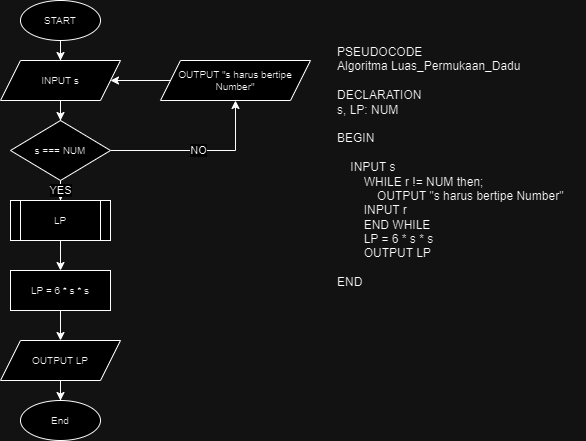
This is 5-Flowchart-Luas Permukaan Dadu.drawio.png from mfdrfauzi/fwg17-computer-science, a draw.io export, as it was before one commit. Source tidied: cells renumbered, new cells last; positions are measured from the earlier drawing's top-left corner, leaving out a move shared by most shapes.
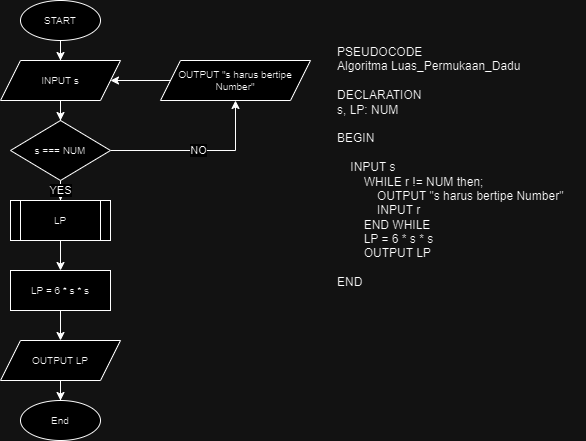
Later version of the same file.

Change to the diagram source:
```diff
@@ -50,7 +50,7 @@
     <mxCell id="17" value="LP" style="shape=process;whiteSpace=wrap;html=1;backgroundOutline=1;fontSize=10;" parent="1" vertex="1">
       <mxGeometry x="10" y="200" width="100" height="40" as="geometry" />
     </mxCell>
-    <mxCell id="18" value="PSEUDOCODE&lt;br&gt;&lt;div&gt;Algoritma Luas_Permukaan_Dadu&lt;/div&gt;&lt;div&gt;&lt;br&gt;&lt;/div&gt;&lt;div&gt;DECLARATION&lt;/div&gt;&lt;div&gt;s, LP: NUM&lt;/div&gt;&lt;div&gt;&lt;br&gt;&lt;/div&gt;&lt;div&gt;BEGIN&lt;/div&gt;&lt;div&gt;&lt;br&gt;&lt;/div&gt;&lt;div&gt;&lt;span style=&quot;&quot;&gt;&lt;span style=&quot;white-space: pre;&quot;&gt;&amp;nbsp;&amp;nbsp;&amp;nbsp;&amp;nbsp;&lt;/span&gt;&lt;/span&gt;INPUT s&lt;span style=&quot;&quot;&gt;&lt;/span&gt;&lt;/div&gt;&lt;div&gt;&lt;span style=&quot;&quot;&gt;&lt;span style=&quot;white-space: pre;&quot;&gt;&amp;nbsp;&amp;nbsp;&amp;nbsp;&amp;nbsp;&lt;/span&gt;&lt;/span&gt;&lt;span style=&quot;&quot;&gt;&lt;span style=&quot;white-space: pre;&quot;&gt;&amp;nbsp;&amp;nbsp;&amp;nbsp;&amp;nbsp;&lt;/span&gt;&lt;/span&gt;WHILE&amp;nbsp;r != NUM then;&lt;/div&gt;&lt;div style=&quot;border-color: var(--border-color);&quot;&gt;&lt;span style=&quot;border-color: var(--border-color);&quot;&gt;&lt;span style=&quot;border-color: var(--border-color);&quot;&gt;&lt;span style=&quot;border-color: var(--border-color);&quot;&gt;&amp;nbsp;&amp;nbsp;&amp;nbsp;&amp;nbsp;&lt;span style=&quot;border-color: var(--border-color);&quot;&gt;&lt;span style=&quot;white-space: pre;&quot;&gt;&amp;nbsp;&amp;nbsp;&amp;nbsp;&amp;nbsp;&lt;/span&gt;&lt;span style=&quot;border-color: var(--border-color);&quot;&gt;&lt;span style=&quot;white-space: pre;&quot;&gt;&amp;nbsp;&amp;nbsp;&amp;nbsp;&amp;nbsp;&lt;/span&gt;&lt;/span&gt;&lt;/span&gt;&lt;/span&gt;&lt;/span&gt;OUTPUT &quot;s harus bertipe Number&quot;&lt;/span&gt;&lt;/div&gt;&lt;div style=&quot;border-color: var(--border-color);&quot;&gt;&lt;span style=&quot;border-color: var(--border-color);&quot;&gt;&lt;span style=&quot;border-color: var(--border-color);&quot;&gt;&lt;span style=&quot;white-space: pre;&quot;&gt;&amp;nbsp;&amp;nbsp;&amp;nbsp;&amp;nbsp;&lt;/span&gt;&lt;span style=&quot;border-color: var(--border-color);&quot;&gt;&lt;span style=&quot;white-space: pre;&quot;&gt;&amp;nbsp;&amp;nbsp;&amp;nbsp;&amp;nbsp;&lt;/span&gt;&lt;/span&gt;I&lt;/span&gt;NPUT r&lt;br style=&quot;border-color: var(--border-color);&quot;&gt;&lt;/span&gt;&lt;/div&gt;&lt;div style=&quot;border-color: var(--border-color);&quot;&gt;&lt;span style=&quot;border-color: var(--border-color);&quot;&gt;&lt;span style=&quot;border-color: var(--border-color);&quot;&gt;&lt;span style=&quot;white-space: pre;&quot;&gt;&amp;nbsp;&amp;nbsp;&amp;nbsp;&amp;nbsp;&lt;span style=&quot;white-space: pre;&quot;&gt;&#9;&lt;/span&gt;&lt;/span&gt;&lt;/span&gt;END WHILE&lt;/span&gt;&lt;/div&gt;&lt;div&gt;&lt;span style=&quot;&quot;&gt;&lt;span style=&quot;&quot;&gt;&lt;span style=&quot;&quot;&gt;&amp;nbsp;&amp;nbsp;&amp;nbsp;&amp;nbsp;&lt;/span&gt;&lt;span style=&quot;&quot;&gt;&amp;nbsp;&amp;nbsp;&amp;nbsp;&amp;nbsp;&lt;/span&gt;&lt;/span&gt;LP = 6 * s * s&lt;/span&gt;&lt;/div&gt;&lt;div&gt;&lt;span style=&quot;&quot;&gt;&lt;span style=&quot;&quot;&gt;&lt;span style=&quot;&quot;&gt;&amp;nbsp;&amp;nbsp;&amp;nbsp;&amp;nbsp;&lt;span style=&quot;&quot;&gt;&lt;span style=&quot;white-space: pre;&quot;&gt;&amp;nbsp;&amp;nbsp;&amp;nbsp;&amp;nbsp;&lt;/span&gt;&lt;/span&gt;&lt;/span&gt;&lt;/span&gt;OUTPUT LP&lt;br&gt;&lt;/span&gt;&lt;/div&gt;&lt;div&gt;&lt;/div&gt;&lt;div&gt;&lt;br&gt;&lt;/div&gt;&lt;div&gt;END&lt;/div&gt;" style="text;html=1;align=left;verticalAlign=top;strokeColor=none;fillColor=none;" parent="1" vertex="1">
+    <mxCell id="18" value="PSEUDOCODE&lt;br&gt;&lt;div&gt;Algoritma Luas_Permukaan_Dadu&lt;/div&gt;&lt;div&gt;&lt;br&gt;&lt;/div&gt;&lt;div&gt;DECLARATION&lt;/div&gt;&lt;div&gt;s, LP: NUM&lt;/div&gt;&lt;div&gt;&lt;br&gt;&lt;/div&gt;&lt;div&gt;BEGIN&lt;/div&gt;&lt;div&gt;&lt;br&gt;&lt;/div&gt;&lt;div&gt;&lt;span style=&quot;&quot;&gt;&lt;span style=&quot;white-space: pre;&quot;&gt;&amp;nbsp;&amp;nbsp;&amp;nbsp;&amp;nbsp;&lt;/span&gt;&lt;/span&gt;INPUT s&lt;span style=&quot;&quot;&gt;&lt;/span&gt;&lt;/div&gt;&lt;div&gt;&lt;span style=&quot;&quot;&gt;&lt;span style=&quot;white-space: pre;&quot;&gt;&amp;nbsp;&amp;nbsp;&amp;nbsp;&amp;nbsp;&lt;/span&gt;&lt;/span&gt;&lt;span style=&quot;&quot;&gt;&lt;span style=&quot;white-space: pre;&quot;&gt;&amp;nbsp;&amp;nbsp;&amp;nbsp;&amp;nbsp;&lt;/span&gt;&lt;/span&gt;WHILE&amp;nbsp;r != NUM then;&lt;/div&gt;&lt;div style=&quot;border-color: var(--border-color);&quot;&gt;&lt;span style=&quot;border-color: var(--border-color);&quot;&gt;&lt;span style=&quot;border-color: var(--border-color);&quot;&gt;&lt;span style=&quot;border-color: var(--border-color);&quot;&gt;&amp;nbsp;&amp;nbsp;&amp;nbsp;&amp;nbsp;&lt;span style=&quot;border-color: var(--border-color);&quot;&gt;&lt;span style=&quot;white-space: pre;&quot;&gt;&amp;nbsp;&amp;nbsp;&amp;nbsp;&amp;nbsp;&lt;/span&gt;&lt;span style=&quot;border-color: var(--border-color);&quot;&gt;&lt;span style=&quot;white-space: pre;&quot;&gt;&amp;nbsp;&amp;nbsp;&amp;nbsp;&amp;nbsp;&lt;/span&gt;&lt;/span&gt;&lt;/span&gt;&lt;/span&gt;&lt;/span&gt;OUTPUT &quot;s harus bertipe Number&quot;&lt;/span&gt;&lt;/div&gt;&lt;div style=&quot;border-color: var(--border-color);&quot;&gt;&lt;span style=&quot;border-color: var(--border-color);&quot;&gt;&lt;span style=&quot;border-color: var(--border-color);&quot;&gt;&lt;span style=&quot;white-space: pre;&quot;&gt;&amp;nbsp;&amp;nbsp;&amp;nbsp;&amp;nbsp;&lt;/span&gt;&lt;span style=&quot;border-color: var(--border-color);&quot;&gt;&lt;span style=&quot;white-space: pre;&quot;&gt;&amp;nbsp;&amp;nbsp;&amp;nbsp;&amp;nbsp;    &lt;/span&gt;&lt;/span&gt;I&lt;/span&gt;NPUT r&lt;br style=&quot;border-color: var(--border-color);&quot;&gt;&lt;/span&gt;&lt;/div&gt;&lt;div style=&quot;border-color: var(--border-color);&quot;&gt;&lt;span style=&quot;border-color: var(--border-color);&quot;&gt;&lt;span style=&quot;border-color: var(--border-color);&quot;&gt;&lt;span style=&quot;white-space: pre;&quot;&gt;&amp;nbsp;&amp;nbsp;&amp;nbsp;&amp;nbsp;&lt;span style=&quot;white-space: pre;&quot;&gt;&#9;&lt;/span&gt;&lt;/span&gt;&lt;/span&gt;END WHILE&lt;/span&gt;&lt;/div&gt;&lt;div&gt;&lt;span style=&quot;&quot;&gt;&lt;span style=&quot;&quot;&gt;&lt;span style=&quot;&quot;&gt;&amp;nbsp;&amp;nbsp;&amp;nbsp;&amp;nbsp;&lt;/span&gt;&lt;span style=&quot;&quot;&gt;&amp;nbsp;&amp;nbsp;&amp;nbsp;&amp;nbsp;&lt;/span&gt;&lt;/span&gt;LP = 6 * s * s&lt;/span&gt;&lt;/div&gt;&lt;div&gt;&lt;span style=&quot;&quot;&gt;&lt;span style=&quot;&quot;&gt;&lt;span style=&quot;&quot;&gt;&amp;nbsp;&amp;nbsp;&amp;nbsp;&amp;nbsp;&lt;span style=&quot;&quot;&gt;&lt;span style=&quot;white-space: pre;&quot;&gt;&amp;nbsp;&amp;nbsp;&amp;nbsp;&amp;nbsp;&lt;/span&gt;&lt;/span&gt;&lt;/span&gt;&lt;/span&gt;OUTPUT LP&lt;br&gt;&lt;/span&gt;&lt;/div&gt;&lt;div&gt;&lt;/div&gt;&lt;div&gt;&lt;br&gt;&lt;/div&gt;&lt;div&gt;END&lt;/div&gt;" style="text;html=1;align=left;verticalAlign=top;strokeColor=none;fillColor=none;" parent="1" vertex="1">
       <mxGeometry x="335" y="38" width="250" height="260" as="geometry" />
     </mxCell>
   </root>
```
